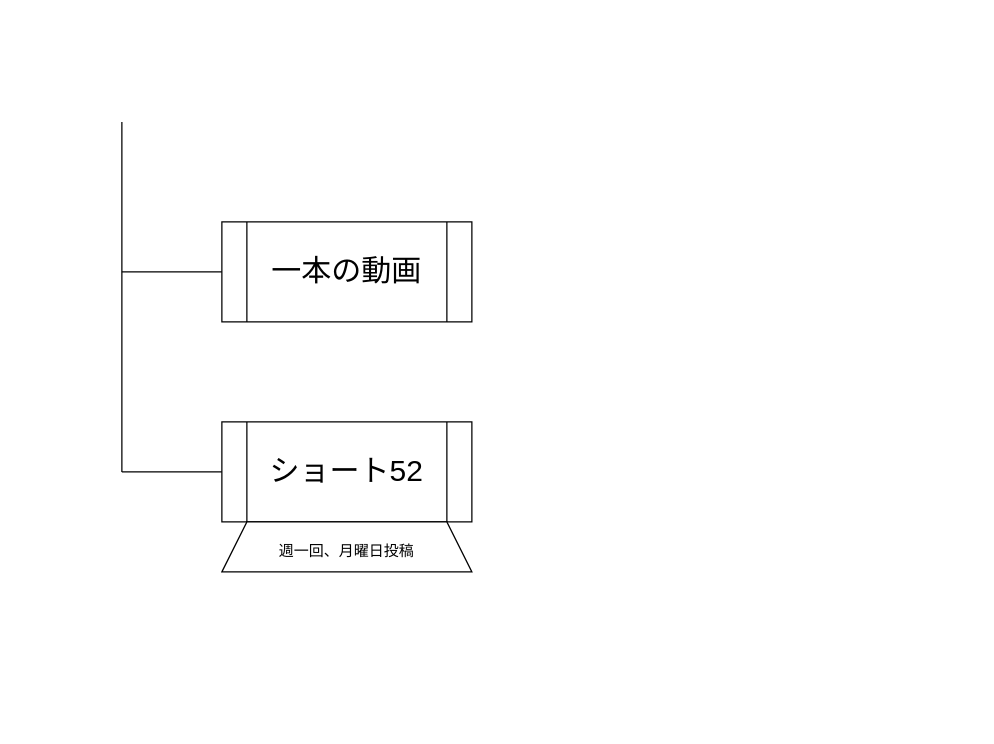
This is PGta.drawio from xavierai1009/Studyprocess, a draw.io file, before an edit. Source tidied: cells renumbered, new cells numbered last; positions are measured from the earlier drawing's top-left corner, leaving out a move shared by most shapes. Both pictures are drawn from the tidied source at 125%, with x=0, y=0 at pixel (121, 121).
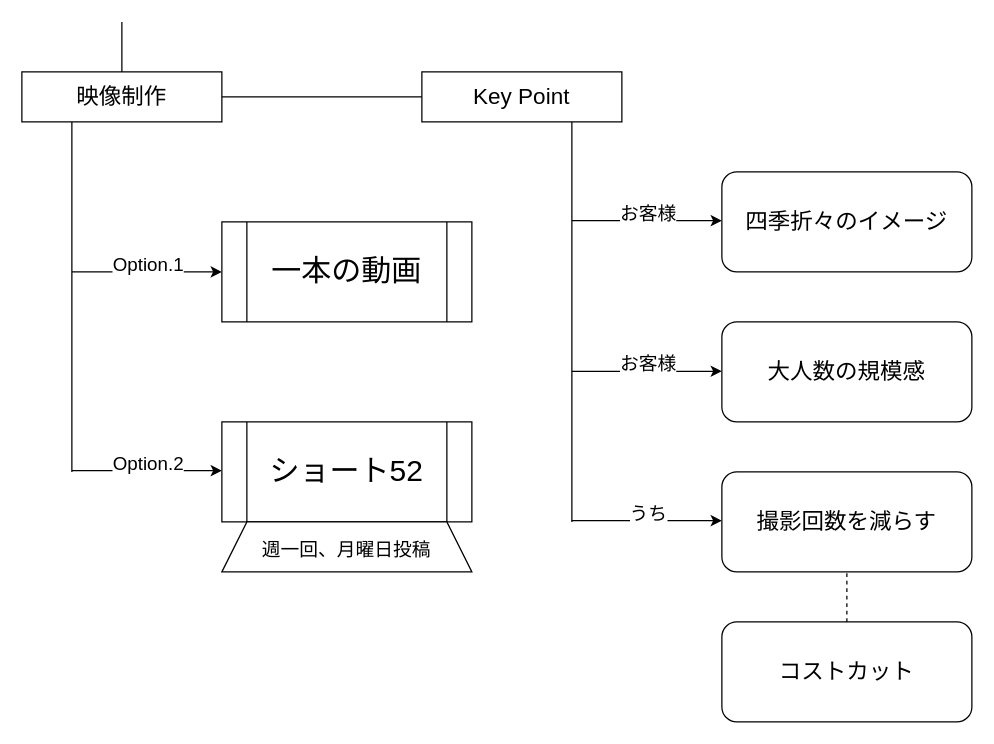
The same diagram, later.

The change refers to these unchanged cells:
```xml
<mxCell id="2" value="&lt;font style=&quot;font-size: 24px;&quot;&gt;一本の動画&lt;/font&gt;" style="shape=process;whiteSpace=wrap;html=1;backgroundOutline=1;" parent="1" vertex="1">
  <mxGeometry x="80" y="80" width="200" height="80" as="geometry" />
</mxCell>
<mxCell id="3" value="&lt;font style=&quot;font-size: 24px;&quot;&gt;ショート52&lt;/font&gt;" style="shape=process;whiteSpace=wrap;html=1;backgroundOutline=1;" parent="1" vertex="1">
  <mxGeometry x="80" y="240" width="200" height="80" as="geometry" />
</mxCell>
```

What changed in the source:
```diff
@@
-    <mxCell id="4" value="&lt;font style=&quot;font-size: 12px;&quot;&gt;週一回、月曜日投稿&lt;/font&gt;" style="shape=trapezoid;perimeter=trapezoidPerimeter;whiteSpace=wrap;html=1;fixedSize=1;fontSize=24;" parent="1" vertex="1">
+    <mxCell id="4" value="&lt;font style=&quot;font-size: 15px;&quot;&gt;週一回、月曜日投稿&lt;/font&gt;" style="shape=trapezoid;perimeter=trapezoidPerimeter;whiteSpace=wrap;html=1;fixedSize=1;fontSize=24;" parent="1" vertex="1">
       <mxGeometry x="80" y="320" width="200" height="40" as="geometry" />
     </mxCell>
-    <mxCell id="5" style="endArrow=none;html=1;rounded=0;fontSize=12;entryX=0;entryY=0.5;entryDx=0;entryDy=0;" parent="1" edge="1" target="3">
-      <mxGeometry relative="1" as="geometry">
-        <mxPoint y="280" as="sourcePoint" />
-      </mxGeometry>
-    </mxCell>
     <mxCell id="6" style="endArrow=none;html=1;rounded=0;fontSize=12;" parent="1" edge="1">
       <mxGeometry relative="1" as="geometry">
-        <mxPoint y="280" as="sourcePoint" />
-        <mxPoint as="targetPoint" />
+        <mxPoint x="-40" y="280" as="sourcePoint" />
+        <mxPoint x="-40" as="targetPoint" />
       </mxGeometry>
     </mxCell>
-    <mxCell id="7" style="endArrow=none;html=1;rounded=0;fontSize=12;entryX=0;entryY=0.5;entryDx=0;entryDy=0;" parent="1" edge="1" target="2">
-      <mxGeometry relative="1" as="geometry">
-        <mxPoint y="120" as="sourcePoint" />
-      </mxGeometry>
-    </mxCell>
+    <mxCell id="8" value="&lt;font style=&quot;font-size: 18px;&quot;&gt;四季折々のイメージ&lt;/font&gt;" style="rounded=1;whiteSpace=wrap;html=1;fontSize=12;" parent="1" vertex="1">
+      <mxGeometry x="480" y="40" width="200" height="80" as="geometry" />
+    </mxCell>
+    <mxCell id="9" value="&lt;font style=&quot;font-size: 18px;&quot;&gt;大人数の規模感&lt;/font&gt;" style="rounded=1;whiteSpace=wrap;html=1;fontSize=12;" parent="1" vertex="1">
+      <mxGeometry x="480" y="160" width="200" height="80" as="geometry" />
+    </mxCell>
+    <mxCell id="10" value="&lt;font style=&quot;font-size: 18px;&quot;&gt;撮影回数を減らす&lt;/font&gt;" style="rounded=1;whiteSpace=wrap;html=1;fontSize=12;" parent="1" vertex="1">
+      <mxGeometry x="480" y="280" width="200" height="80" as="geometry" />
+    </mxCell>
+    <mxCell id="11" style="endArrow=classic;html=1;rounded=0;fontSize=18;entryX=0;entryY=0.5;entryDx=0;entryDy=0;" parent="1" edge="1" target="2">
+      <mxGeometry relative="1" as="geometry">
+        <mxPoint x="-40" y="120" as="sourcePoint" />
+      </mxGeometry>
+    </mxCell>
+    <mxCell id="12" value="&lt;font style=&quot;font-size: 15px;&quot;&gt;Option.1&lt;/font&gt;" style="edgeLabel;html=1;align=center;verticalAlign=middle;fontSize=18;" parent="11" vertex="1">
+      <mxGeometry relative="1" as="geometry">
+        <mxPoint y="-7" as="offset" />
+      </mxGeometry>
+    </mxCell>
+    <mxCell id="13" style="endArrow=classic;html=1;rounded=0;fontSize=18;entryX=0;entryY=0.5;entryDx=0;entryDy=0;" parent="1" edge="1">
+      <mxGeometry relative="1" as="geometry">
+        <mxPoint x="-40" y="279" as="sourcePoint" />
+        <mxPoint x="80" y="279" as="targetPoint" />
+      </mxGeometry>
+    </mxCell>
+    <mxCell id="14" value="&lt;font style=&quot;font-size: 15px;&quot;&gt;Option.2&lt;/font&gt;" style="edgeLabel;html=1;align=center;verticalAlign=middle;fontSize=18;" parent="13" vertex="1">
+      <mxGeometry relative="1" as="geometry">
+        <mxPoint y="-7" as="offset" />
+      </mxGeometry>
+    </mxCell>
+    <mxCell id="15" style="endArrow=none;html=1;rounded=0;fontSize=15;" parent="1" edge="1">
+      <mxGeometry relative="1" as="geometry">
+        <mxPoint x="360" y="320" as="sourcePoint" />
+        <mxPoint x="360" as="targetPoint" />
+      </mxGeometry>
+    </mxCell>
+    <mxCell id="16" style="endArrow=classic;html=1;rounded=0;fontSize=18;entryX=0;entryY=0.5;entryDx=0;entryDy=0;" parent="1" edge="1">
+      <mxGeometry relative="1" as="geometry">
+        <mxPoint x="360" y="79" as="sourcePoint" />
+        <mxPoint x="480" y="79" as="targetPoint" />
+      </mxGeometry>
+    </mxCell>
+    <mxCell id="17" value="&lt;font style=&quot;font-size: 15px;&quot;&gt;お客様&lt;/font&gt;" style="edgeLabel;html=1;align=center;verticalAlign=middle;fontSize=18;" parent="16" vertex="1">
+      <mxGeometry relative="1" as="geometry">
+        <mxPoint y="-7" as="offset" />
+      </mxGeometry>
+    </mxCell>
+    <mxCell id="18" style="endArrow=classic;html=1;rounded=0;fontSize=18;entryX=0;entryY=0.5;entryDx=0;entryDy=0;" parent="1" edge="1">
+      <mxGeometry relative="1" as="geometry">
+        <mxPoint x="360" y="199.5" as="sourcePoint" />
+        <mxPoint x="480" y="199.5" as="targetPoint" />
+      </mxGeometry>
+    </mxCell>
+    <mxCell id="19" value="&lt;font style=&quot;font-size: 15px;&quot;&gt;お客様&lt;/font&gt;" style="edgeLabel;html=1;align=center;verticalAlign=middle;fontSize=18;" parent="18" vertex="1">
+      <mxGeometry relative="1" as="geometry">
+        <mxPoint y="-7" as="offset" />
+      </mxGeometry>
+    </mxCell>
+    <mxCell id="20" style="endArrow=classic;html=1;rounded=0;fontSize=18;entryX=0;entryY=0.5;entryDx=0;entryDy=0;" parent="1" edge="1">
+      <mxGeometry relative="1" as="geometry">
+        <mxPoint x="360" y="319" as="sourcePoint" />
+        <mxPoint x="480" y="319" as="targetPoint" />
+      </mxGeometry>
+    </mxCell>
+    <mxCell id="21" value="&lt;font style=&quot;font-size: 15px;&quot;&gt;うち&lt;/font&gt;" style="edgeLabel;html=1;align=center;verticalAlign=middle;fontSize=18;" parent="20" vertex="1">
+      <mxGeometry relative="1" as="geometry">
+        <mxPoint y="-7" as="offset" />
+      </mxGeometry>
+    </mxCell>
+    <mxCell id="22" value="&lt;font style=&quot;font-size: 18px;&quot;&gt;映像制作&lt;/font&gt;" style="rounded=0;whiteSpace=wrap;html=1;fontSize=15;" parent="1" vertex="1">
+      <mxGeometry x="-80" y="-40" width="160" height="40" as="geometry" />
+    </mxCell>
+    <mxCell id="23" value="&lt;font style=&quot;font-size: 18px;&quot;&gt;Key Point&lt;/font&gt;" style="rounded=0;whiteSpace=wrap;html=1;fontSize=15;" parent="1" vertex="1">
+      <mxGeometry x="240" y="-40" width="160" height="40" as="geometry" />
+    </mxCell>
+    <mxCell id="24" style="endArrow=none;html=1;rounded=0;fontSize=18;entryX=0;entryY=0.5;entryDx=0;entryDy=0;exitX=1;exitY=0.5;exitDx=0;exitDy=0;" parent="1" edge="1" source="22" target="23">
+      <mxGeometry relative="1" as="geometry" />
+    </mxCell>
+    <mxCell id="25" style="endArrow=none;html=1;rounded=0;fontSize=18;" parent="1" edge="1">
+      <mxGeometry relative="1" as="geometry">
+        <mxPoint y="-40" as="sourcePoint" />
+        <mxPoint y="-80" as="targetPoint" />
+      </mxGeometry>
+    </mxCell>
+    <mxCell id="26" value="&lt;font style=&quot;font-size: 18px;&quot;&gt;コストカット&lt;/font&gt;" style="rounded=1;whiteSpace=wrap;html=1;fontSize=12;" parent="1" vertex="1">
+      <mxGeometry x="480" y="400" width="200" height="80" as="geometry" />
+    </mxCell>
+    <mxCell id="27" style="endArrow=none;dashed=1;html=1;rounded=0;fontSize=18;exitX=0.5;exitY=0;exitDx=0;exitDy=0;entryX=0.5;entryY=1;entryDx=0;entryDy=0;" parent="1" edge="1" source="26" target="10">
+      <mxGeometry relative="1" as="geometry" />
+    </mxCell>
```
